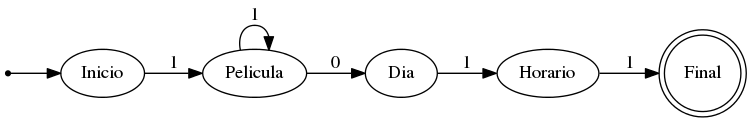
This is Digraph.gv.png from eloywilliams/CineX, a Graphviz export, as it was before one commit. Its source is kept beside it as Digraph.gv.
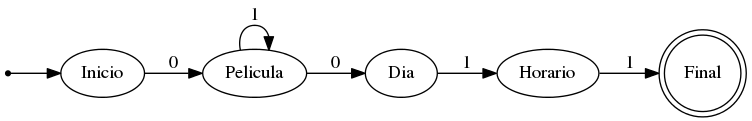
After the change.

Change to the diagram source:
```diff
@@ -7,7 +7,7 @@
 		Dia
 		Horario
 		Final [shape=doublecircle]
-			Inicio -> Pelicula [label=1]
+			Inicio -> Pelicula [label=0]
 			Pelicula -> Dia [label=0]
 			Pelicula -> Pelicula [label=1]
 			Dia -> Horario [label=1]
```
